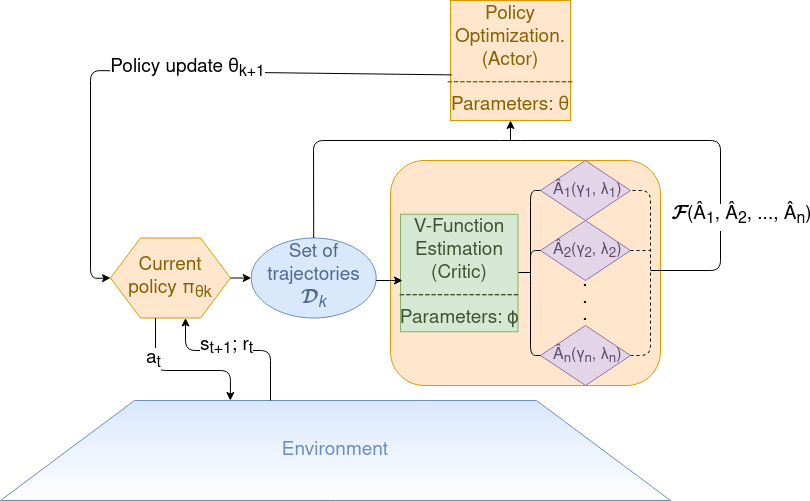
Before: icip/images/model.png, a diagram exported from draw.io (syrma/jot). Source tidied: cells renumbered, new cells last; positions are measured from the earlier drawing's top-left corner, leaving out a move shared by most shapes.
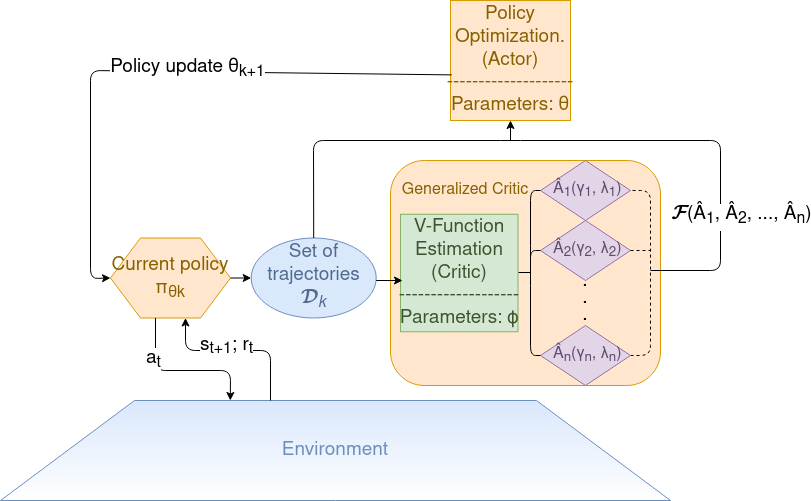
After the commit.

The edit, as a diff of the source:
```diff
@@ -43,7 +43,7 @@
     <mxCell id="11" value="&lt;div style=&quot;font-size: 16px&quot;&gt;&amp;nbsp;Â&lt;sub&gt;2&lt;/sub&gt;(γ&lt;sub&gt;2&lt;/sub&gt;, λ&lt;sub&gt;2&lt;/sub&gt;)&lt;/div&gt;" style="rhombus;whiteSpace=wrap;html=1;fillColor=#e1d5e7;strokeColor=#9673a6;fontColor=#614A6B;" parent="1" vertex="1">
       <mxGeometry x="540" y="220" width="90" height="60" as="geometry" />
     </mxCell>
-    <mxCell id="12" value="&lt;div style=&quot;font-size: 19px&quot;&gt;&lt;font style=&quot;font-size: 19px&quot;&gt;Policy Optimization.&lt;/font&gt;&lt;/div&gt;&lt;div style=&quot;font-size: 19px&quot;&gt;&lt;font style=&quot;font-size: 19px&quot;&gt;(Actor)&lt;/font&gt;&lt;/div&gt;&lt;div style=&quot;font-size: 19px&quot;&gt;&lt;font style=&quot;font-size: 19px&quot;&gt;--------------------&lt;br&gt;&lt;/font&gt;&lt;/div&gt;&lt;div style=&quot;font-size: 19px&quot;&gt;&lt;font style=&quot;font-size: 19px&quot;&gt;Parameters: θ&lt;/font&gt;&lt;/div&gt;" style="whiteSpace=wrap;html=1;fillColor=#ffe6cc;strokeColor=#d79b00;fontColor=#876100;" parent="1" vertex="1">
+    <mxCell id="12" value="&lt;div style=&quot;font-size: 19px&quot;&gt;&lt;font style=&quot;font-size: 19px&quot;&gt;Policy Optimization.&lt;/font&gt;&lt;/div&gt;&lt;div style=&quot;font-size: 19px&quot;&gt;&lt;font style=&quot;font-size: 19px&quot;&gt;(Actor)&lt;/font&gt;&lt;/div&gt;&lt;div style=&quot;font-size: 19px&quot;&gt;&lt;font style=&quot;font-size: 19px&quot;&gt;--------------------&lt;br&gt;&lt;/font&gt;&lt;/div&gt;&lt;div style=&quot;font-size: 19px&quot;&gt;&lt;font style=&quot;font-size: 19px&quot;&gt;Parameters: θ&lt;/font&gt;&lt;/div&gt;" style="whiteSpace=wrap;html=1;fillColor=#ffe6cc;strokeColor=#D79B00;fontColor=#876100;" parent="1" vertex="1">
       <mxGeometry x="450" width="120" height="120" as="geometry" />
     </mxCell>
     <mxCell id="13" style="endArrow=classic;html=1;entryX=0;entryY=0.5;entryDx=0;entryDy=0;exitX=1;exitY=0.5;exitDx=0;exitDy=0;" parent="1" edge="1" source="4" target="9">
@@ -137,5 +137,10 @@
         <mxPoint x="375.7" y="280" as="sourcePoint" />
       </mxGeometry>
     </mxCell>
+    <object id="28" label="&lt;font style=&quot;font-size: 16px&quot; color=&quot;#876100&quot;&gt;Generalized Critic&lt;/font&gt;" name="Variable" placeholders="1">
+      <mxCell style="text;html=1;strokeColor=none;fillColor=none;align=center;verticalAlign=middle;whiteSpace=wrap;overflow=hidden;" parent="1" vertex="1">
+        <mxGeometry x="390" y="170" width="150" height="40" as="geometry" />
+      </mxCell>
+    </object>
   </root>
 </mxGraphModel>
```
